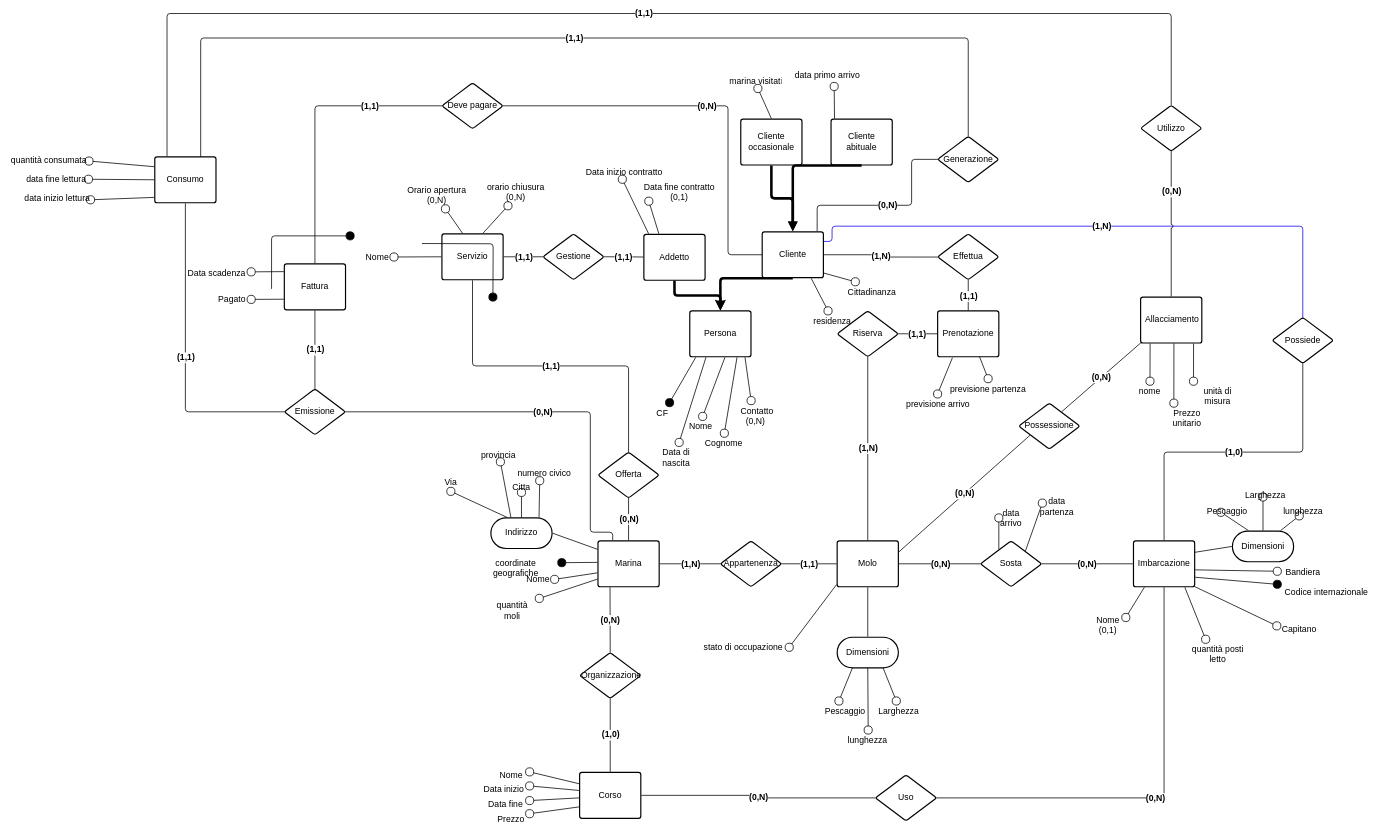
This is page "Concettuale" (1 of 3) of src_relazione_tex/Er.drawio from alessandro-massarenti/Progetto-basi-di-dati-2022, a draw.io file, before an edit. Source tidied: cells renumbered, new cells numbered last; positions are measured from the earlier drawing's top-left corner, leaving out a move shared by most shapes. Both pictures are drawn from the tidied source at 51%, with x=0, y=0 at pixel (9, 13).
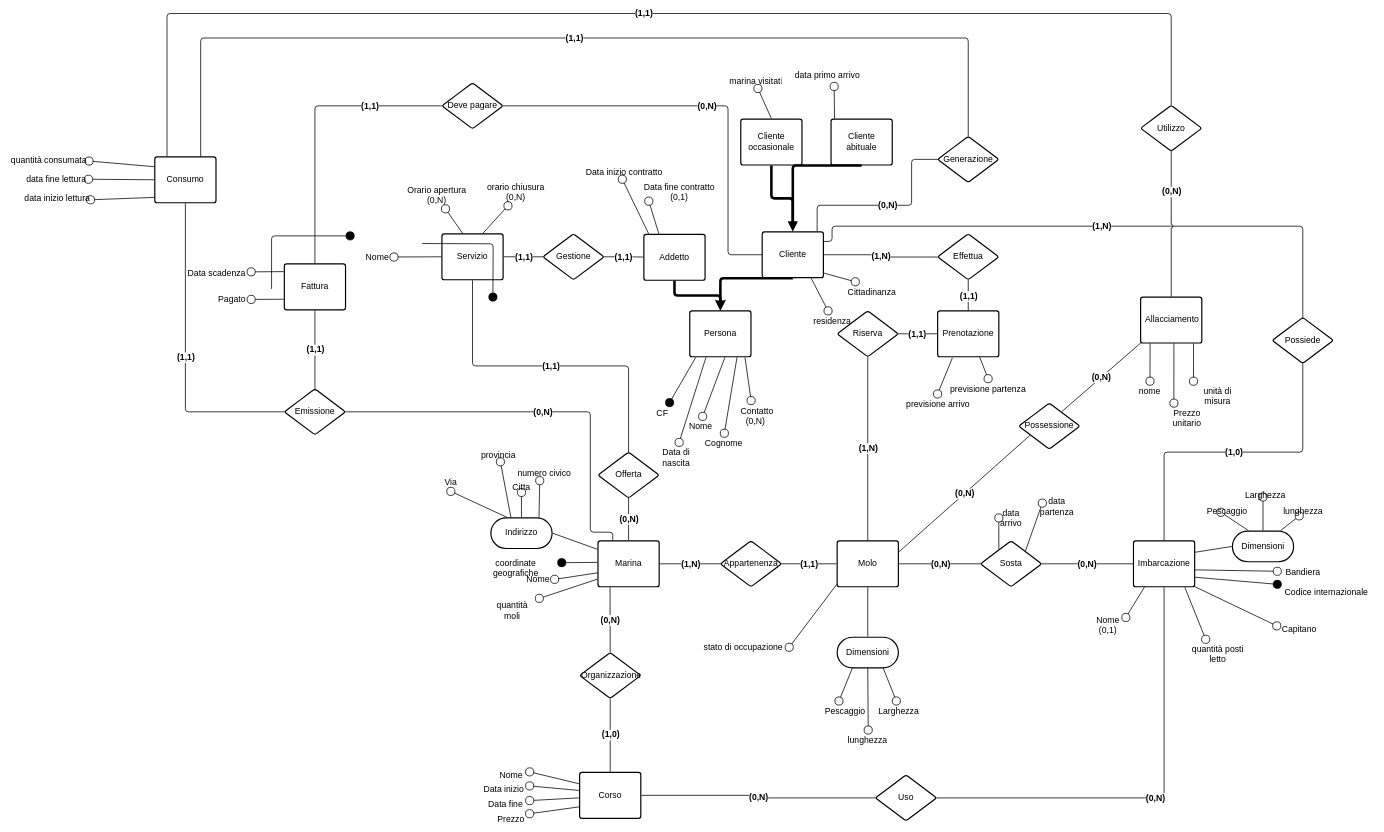
After the change.

The change refers to these unchanged cells:
```xml
<mxCell id="45" value="Cliente" style="html=1;overflow=block;blockSpacing=1;whiteSpace=wrap;fontSize=17;fontColor=#000000;spacing=9;strokeColor=#000000;strokeOpacity=100;rounded=1;absoluteArcSize=1;arcSize=9;strokeWidth=2.3;" parent="1" vertex="1">
  <mxGeometry x="1477" y="428" width="120" height="90" as="geometry" />
</mxCell>
<mxCell id="161" value="Possiede" style="html=1;overflow=block;blockSpacing=1;whiteSpace=wrap;rhombus;fontSize=17;fontColor=#000000;spacing=3.8;strokeColor=#000000;strokeOpacity=100;rounded=1;absoluteArcSize=1;arcSize=9;strokeWidth=2.3;" parent="1" vertex="1">
  <mxGeometry x="2477" y="596" width="120" height="90" as="geometry" />
</mxCell>
```

Diff of the diagram source:
```diff
@@
-    <mxCell id="162" style="html=1;jettySize=18;whiteSpace=wrap;fontSize=17;strokeColor=#0F00F0;strokeWidth=1.5;rounded=1;arcSize=12;edgeStyle=orthogonalEdgeStyle;startArrow=none;endArrow=none;exitX=1.009;exitY=0.21;exitPerimeter=0;entryX=0.5;entryY=0.004;entryPerimeter=0;" parent="1" edge="1" source="45" target="161">
+    <mxCell id="162" style="html=1;jettySize=18;whiteSpace=wrap;fontSize=17;strokeColor=#000000;strokeWidth=1.5;rounded=1;arcSize=12;edgeStyle=orthogonalEdgeStyle;startArrow=none;endArrow=none;exitX=1.009;exitY=0.21;exitPerimeter=0;entryX=0.5;entryY=0.004;entryPerimeter=0;" parent="1" edge="1" source="45" target="161">
       <mxGeometry relative="1" as="geometry">
         <Array as="points">
           <mxPoint x="1614" y="447" />
           <mxPoint x="1614" y="417" />
           <mxPoint x="2537" y="417" />
         </Array>
       </mxGeometry>
     </mxCell>
```
